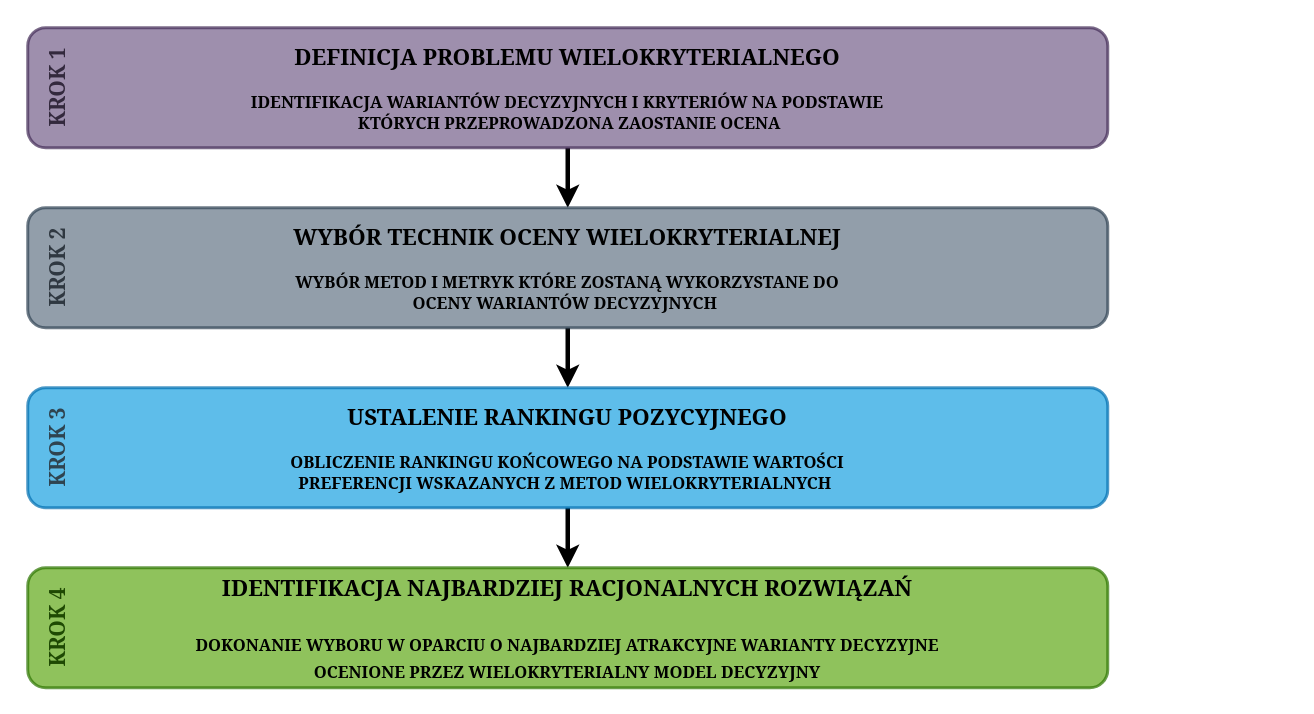
jwieckowski/makeDecision keeps this draw.io diagram as src/assets/img/graphs/MCDA_PL.drawio. Above is the earlier version. Source tidied: cells renumbered, new cells numbered last; positions are measured from the earlier drawing's top-left corner, leaving out a move shared by most shapes. Both pictures are drawn from the tidied source at 150%, with x=0, y=0 at pixel (4, 27).
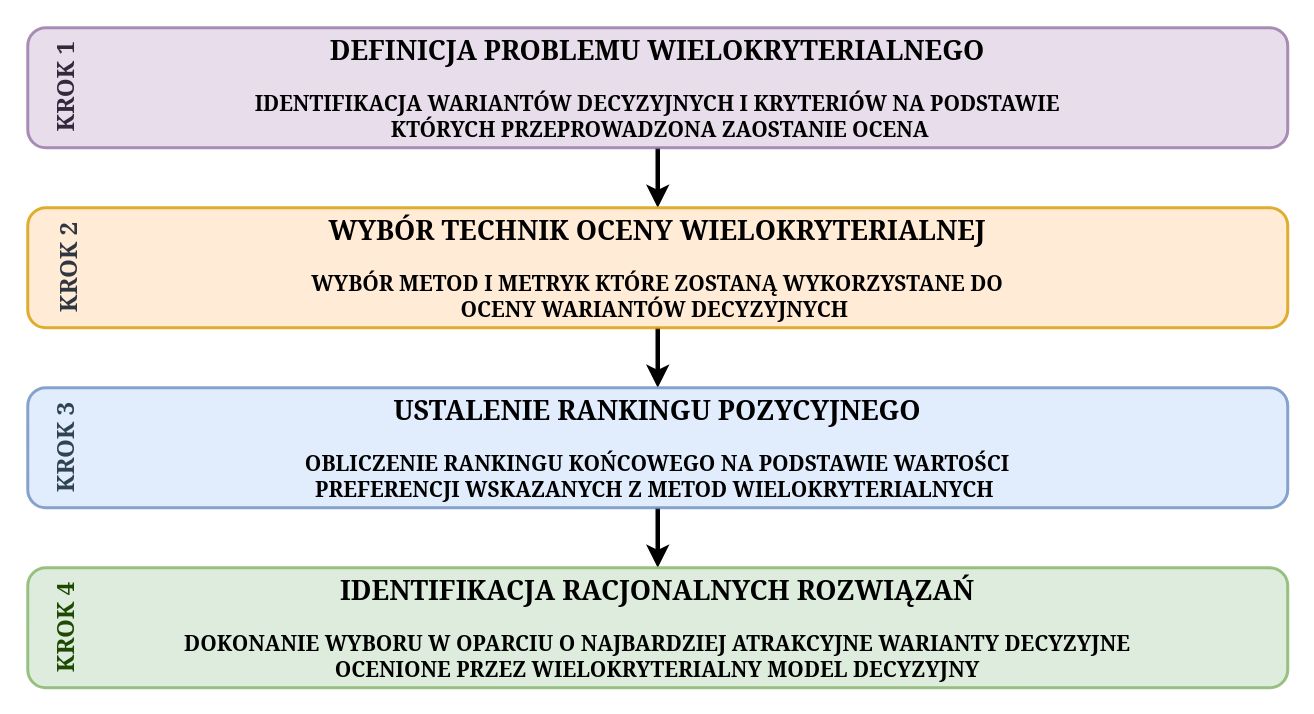
After the change.

What changed in the source:
```diff
@@
 <mxGraphModel>
   <root>
     <mxCell id="0" />
     <mxCell id="1" parent="0" />
-    <mxCell id="2" style="edgeStyle=orthogonalEdgeStyle;rounded=0;jettySize=auto;html=1;strokeWidth=3;" parent="1" edge="1" source="3" target="5">
+    <mxCell id="2" style="edgeStyle=orthogonalEdgeStyle;rounded=0;jettySize=auto;html=1;strokeWidth=3;fontSize=14;" parent="1" edge="1" source="3" target="5">
       <mxGeometry relative="1" as="geometry" />
     </mxCell>
-    <mxCell id="3" value="&lt;font style=&quot;&quot; color=&quot;#000000&quot;&gt;&lt;font size=&quot;1&quot; style=&quot;&quot;&gt;&lt;b style=&quot;font-size: 15px;&quot;&gt;DEFINICJA PROBLEMU WIELOKRYTERIALNEGO&lt;/b&gt;&lt;/font&gt;&lt;br&gt;&lt;font style=&quot;&quot;&gt;&lt;br&gt;&lt;font size=&quot;1&quot; style=&quot;&quot;&gt;&lt;b style=&quot;font-size: 11px;&quot;&gt;IDENTIFIKACJA WARIANTÓW DECYZYJNYCH I KRYTERIÓW NA PODSTAWIE&lt;br&gt;&amp;nbsp;KTÓRYCH PRZEPROWADZONA ZAOSTANIE OCENA&lt;/b&gt;&lt;/font&gt;&lt;/font&gt;&lt;/font&gt;" style="rounded=1;whiteSpace=wrap;html=1;fontFamily=Georgia;fillColor=#76608A;strokeColor=#432D57;fontColor=#ffffff;strokeWidth=2;opacity=70;" parent="1" vertex="1">
-      <mxGeometry x="15" width="720" height="80" as="geometry" />
+    <mxCell id="3" value="&lt;font color=&quot;#000000&quot; style=&quot;&quot;&gt;&lt;font style=&quot;font-size: 18px;&quot;&gt;DEFINICJA PROBLEMU WIELOKRYTERIALNEGO&lt;/font&gt;&lt;br style=&quot;font-size: 14px;&quot;&gt;&lt;font style=&quot;font-size: 14px;&quot;&gt;&lt;br style=&quot;font-size: 14px;&quot;&gt;&lt;font style=&quot;font-size: 14px;&quot;&gt;&lt;span style=&quot;font-size: 14px;&quot;&gt;IDENTIFIKACJA WARIANTÓW DECYZYJNYCH I KRYTERIÓW NA PODSTAWIE&lt;br style=&quot;font-size: 14px;&quot;&gt;&amp;nbsp;KTÓRYCH PRZEPROWADZONA ZAOSTANIE OCENA&lt;/span&gt;&lt;/font&gt;&lt;/font&gt;&lt;/font&gt;" style="rounded=1;whiteSpace=wrap;html=1;fontFamily=Georgia;fillColor=#e1d5e7;strokeColor=#9673a6;strokeWidth=2;opacity=80;fontSize=14;fontStyle=1;" parent="1" vertex="1">
+      <mxGeometry x="15" width="840" height="80" as="geometry" />
     </mxCell>
-    <mxCell id="4" style="edgeStyle=orthogonalEdgeStyle;rounded=0;jettySize=auto;html=1;strokeWidth=3;" parent="1" edge="1" source="5" target="7">
+    <mxCell id="4" style="edgeStyle=orthogonalEdgeStyle;rounded=0;jettySize=auto;html=1;strokeWidth=3;fontSize=14;" parent="1" edge="1" source="5" target="7">
       <mxGeometry relative="1" as="geometry" />
     </mxCell>
-    <mxCell id="5" value="&lt;font color=&quot;#000000&quot;&gt;&lt;b style=&quot;&quot;&gt;&lt;font style=&quot;font-size: 15px;&quot;&gt;WYBÓR TECHNIK OCENY WIELOKRYTERIALNEJ&lt;/font&gt;&lt;/b&gt;&lt;br&gt;&lt;/font&gt;&lt;font style=&quot;&quot;&gt;&lt;font style=&quot;&quot; color=&quot;#000000&quot;&gt;&lt;br&gt;&lt;b style=&quot;&quot;&gt;&lt;font style=&quot;font-size: 11px;&quot;&gt;WYBÓR METOD I METRYK KTÓRE ZOSTANĄ WYKORZYSTANE DO &lt;br&gt;OCENY WARIANTÓW DECYZYJNYCH&amp;nbsp;&lt;/font&gt;&lt;/b&gt;&lt;/font&gt;&lt;br&gt;&lt;/font&gt;" style="rounded=1;whiteSpace=wrap;html=1;fontFamily=Georgia;fillColor=#647687;fontColor=#ffffff;strokeColor=#314354;strokeWidth=2;opacity=70;" parent="1" vertex="1">
-      <mxGeometry x="15" y="120" width="720" height="80" as="geometry" />
+    <mxCell id="5" value="&lt;font style=&quot;&quot; color=&quot;#000000&quot;&gt;&lt;b style=&quot;&quot;&gt;&lt;font style=&quot;font-size: 18px;&quot;&gt;WYBÓR TECHNIK OCENY WIELOKRYTERIALNEJ&lt;/font&gt;&lt;/b&gt;&lt;br style=&quot;font-size: 14px;&quot;&gt;&lt;/font&gt;&lt;font style=&quot;font-size: 14px;&quot;&gt;&lt;font style=&quot;font-size: 14px;&quot; color=&quot;#000000&quot;&gt;&lt;br style=&quot;font-size: 14px;&quot;&gt;&lt;b style=&quot;font-size: 14px;&quot;&gt;&lt;font style=&quot;font-size: 14px;&quot;&gt;WYBÓR METOD I METRYK KTÓRE ZOSTANĄ WYKORZYSTANE DO &lt;br style=&quot;font-size: 14px;&quot;&gt;OCENY WARIANTÓW DECYZYJNYCH&amp;nbsp;&lt;/font&gt;&lt;/b&gt;&lt;/font&gt;&lt;br style=&quot;font-size: 14px;&quot;&gt;&lt;/font&gt;" style="rounded=1;whiteSpace=wrap;html=1;fontFamily=Georgia;fillColor=#ffe6cc;strokeColor=#d79b00;strokeWidth=2;opacity=80;fontSize=14;" parent="1" vertex="1">
+      <mxGeometry x="15" y="120" width="840" height="80" as="geometry" />
     </mxCell>
-    <mxCell id="6" style="edgeStyle=orthogonalEdgeStyle;rounded=0;jettySize=auto;html=1;strokeWidth=3;" parent="1" edge="1" source="7" target="8">
+    <mxCell id="6" style="edgeStyle=orthogonalEdgeStyle;rounded=0;jettySize=auto;html=1;strokeWidth=3;fontSize=14;" parent="1" edge="1" source="7" target="8">
       <mxGeometry relative="1" as="geometry" />
     </mxCell>
-    <mxCell id="7" value="&lt;font color=&quot;#000000&quot;&gt;&lt;b style=&quot;&quot;&gt;&lt;font style=&quot;font-size: 15px;&quot;&gt;USTALENIE RANKINGU POZYCYJNEGO&lt;/font&gt;&lt;/b&gt;&lt;br&gt;&lt;/font&gt;&lt;font style=&quot;&quot;&gt;&lt;font style=&quot;&quot; color=&quot;#000000&quot;&gt;&lt;br&gt;&lt;b style=&quot;&quot;&gt;&lt;font style=&quot;font-size: 11px;&quot;&gt;OBLICZENIE RANKINGU KOŃCOWEGO NA PODSTAWIE WARTOŚCI &lt;br&gt;PREFERENCJI WSKAZANYCH Z METOD WIELOKRYTERIALNYCH&amp;nbsp;&lt;/font&gt;&lt;/b&gt;&lt;/font&gt;&lt;br&gt;&lt;/font&gt;" style="rounded=1;whiteSpace=wrap;html=1;fontFamily=Georgia;fillColor=#1ba1e2;fontColor=#ffffff;strokeColor=#006EAF;strokeWidth=2;opacity=70;" parent="1" vertex="1">
-      <mxGeometry x="15" y="240" width="720" height="80" as="geometry" />
+    <mxCell id="7" value="&lt;font style=&quot;&quot; color=&quot;#000000&quot;&gt;&lt;b style=&quot;&quot;&gt;&lt;font style=&quot;font-size: 18px;&quot;&gt;USTALENIE RANKINGU POZYCYJNEGO&lt;/font&gt;&lt;/b&gt;&lt;br style=&quot;font-size: 14px;&quot;&gt;&lt;/font&gt;&lt;font style=&quot;font-size: 14px;&quot;&gt;&lt;font style=&quot;font-size: 14px;&quot; color=&quot;#000000&quot;&gt;&lt;br style=&quot;font-size: 14px;&quot;&gt;&lt;b style=&quot;font-size: 14px;&quot;&gt;&lt;font style=&quot;font-size: 14px;&quot;&gt;OBLICZENIE RANKINGU KOŃCOWEGO NA PODSTAWIE WARTOŚCI &lt;br style=&quot;font-size: 14px;&quot;&gt;PREFERENCJI WSKAZANYCH Z METOD WIELOKRYTERIALNYCH&amp;nbsp;&lt;/font&gt;&lt;/b&gt;&lt;/font&gt;&lt;br style=&quot;font-size: 14px;&quot;&gt;&lt;/font&gt;" style="rounded=1;whiteSpace=wrap;html=1;fontFamily=Georgia;fillColor=#dae8fc;strokeColor=#6c8ebf;strokeWidth=2;opacity=80;fontSize=14;" parent="1" vertex="1">
+      <mxGeometry x="15" y="240" width="840" height="80" as="geometry" />
     </mxCell>
-    <mxCell id="8" value="&lt;b style=&quot;font-size: 15px;&quot;&gt;&lt;font style=&quot;font-size: 15px;&quot; color=&quot;#000000&quot;&gt;IDENTIFIKACJA NAJBARDZIEJ RACJONALNYCH ROZWIĄZAŃ&lt;br&gt;&lt;/font&gt;&lt;/b&gt;&lt;font style=&quot;font-size: 15px;&quot;&gt;&lt;font style=&quot;font-size: 15px;&quot; color=&quot;#000000&quot;&gt;&lt;font style=&quot;font-size: 15px;&quot;&gt;&lt;br&gt;&lt;/font&gt;&lt;span style=&quot;font-size: 11px;&quot;&gt;&lt;b&gt;DOKONANIE WYBORU W OPARCIU O NAJBARDZIEJ ATRAKCYJNE WARIANTY DECYZYJNE &lt;br&gt;OCENIONE PRZEZ WIELOKRYTERIALNY MODEL DECYZYJNY&lt;/b&gt;&lt;/span&gt;&lt;/font&gt;&lt;br&gt;&lt;/font&gt;" style="rounded=1;whiteSpace=wrap;html=1;fontFamily=Georgia;fillColor=#60a917;fontColor=#ffffff;strokeColor=#2D7600;opacity=70;strokeWidth=2;" parent="1" vertex="1">
-      <mxGeometry x="15" y="360" width="720" height="80" as="geometry" />
+    <mxCell id="8" value="&lt;b style=&quot;&quot;&gt;&lt;font style=&quot;&quot; color=&quot;#000000&quot;&gt;&lt;font style=&quot;font-size: 18px;&quot;&gt;IDENTIFIKACJA RACJONALNYCH ROZWIĄZAŃ&lt;/font&gt;&lt;br style=&quot;font-size: 14px;&quot;&gt;&lt;/font&gt;&lt;/b&gt;&lt;font style=&quot;font-size: 14px;&quot;&gt;&lt;font style=&quot;font-size: 14px;&quot; color=&quot;#000000&quot;&gt;&lt;font style=&quot;font-size: 14px;&quot;&gt;&lt;br style=&quot;font-size: 14px;&quot;&gt;&lt;/font&gt;&lt;span style=&quot;font-size: 14px;&quot;&gt;&lt;b style=&quot;font-size: 14px;&quot;&gt;DOKONANIE WYBORU W OPARCIU O NAJBARDZIEJ ATRAKCYJNE WARIANTY DECYZYJNE &lt;br style=&quot;font-size: 14px;&quot;&gt;OCENIONE PRZEZ WIELOKRYTERIALNY MODEL DECYZYJNY&lt;/b&gt;&lt;/span&gt;&lt;/font&gt;&lt;br style=&quot;font-size: 14px;&quot;&gt;&lt;/font&gt;" style="rounded=1;whiteSpace=wrap;html=1;fontFamily=Georgia;fillColor=#d5e8d4;strokeColor=#82b366;opacity=80;strokeWidth=2;fontSize=14;" parent="1" vertex="1">
+      <mxGeometry x="15" y="360" width="840" height="80" as="geometry" />
     </mxCell>
-    <mxCell id="9" value="KROK 1&lt;br&gt;" style="text;html=1;strokeColor=none;fillColor=none;align=center;verticalAlign=middle;whiteSpace=wrap;rounded=0;rotation=-90;fontFamily=Georgia;fontColor=#33293d;fontSize=14;fontStyle=1;" parent="1" vertex="1">
-      <mxGeometry x="5" y="25" width="60" height="30" as="geometry" />
+    <mxCell id="9" value="KROK 1&lt;br style=&quot;font-size: 16px;&quot;&gt;" style="text;html=1;strokeColor=none;fillColor=none;align=center;verticalAlign=middle;whiteSpace=wrap;rounded=0;rotation=-90;fontFamily=Georgia;fontColor=#33293d;fontSize=16;fontStyle=1;" parent="1" vertex="1">
+      <mxGeometry x="2.5" y="25" width="75" height="30" as="geometry" />
     </mxCell>
-    <mxCell id="10" value="KROK 2&lt;br&gt;" style="text;html=1;strokeColor=none;fillColor=none;align=center;verticalAlign=middle;whiteSpace=wrap;rounded=0;rotation=-90;fontFamily=Georgia;fontColor=#2f3841;fontSize=14;fontStyle=1;" parent="1" vertex="1">
-      <mxGeometry x="5" y="145" width="60" height="30" as="geometry" />
+    <mxCell id="10" value="KROK 2&lt;br style=&quot;font-size: 16px;&quot;&gt;" style="text;html=1;strokeColor=none;fillColor=none;align=center;verticalAlign=middle;whiteSpace=wrap;rounded=0;rotation=-90;fontFamily=Georgia;fontColor=#2f3841;fontSize=16;fontStyle=1;" parent="1" vertex="1">
+      <mxGeometry x="5" y="145" width="75" height="30" as="geometry" />
     </mxCell>
-    <mxCell id="11" value="KROK 3" style="text;html=1;strokeColor=none;fillColor=none;align=center;verticalAlign=middle;whiteSpace=wrap;rounded=0;rotation=-90;fontFamily=Georgia;fontColor=#2f4450;fontSize=14;fontStyle=1;" parent="1" vertex="1">
-      <mxGeometry x="5" y="265" width="60" height="30" as="geometry" />
+    <mxCell id="11" value="KROK 3" style="text;html=1;strokeColor=none;fillColor=none;align=center;verticalAlign=middle;whiteSpace=wrap;rounded=0;rotation=-90;fontFamily=Georgia;fontColor=#2f4450;fontSize=16;fontStyle=1;" parent="1" vertex="1">
+      <mxGeometry x="5" y="265" width="70" height="30" as="geometry" />
     </mxCell>
-    <mxCell id="12" value="KROK 4" style="text;html=1;strokeColor=none;fillColor=none;align=center;verticalAlign=middle;whiteSpace=wrap;rounded=0;rotation=-90;fontFamily=Georgia;fontColor=#1e4903;fontSize=14;fontStyle=1;" parent="1" vertex="1">
-      <mxGeometry y="385" width="70" height="30" as="geometry" />
+    <mxCell id="12" value="KROK 4" style="text;html=1;strokeColor=none;fillColor=none;align=center;verticalAlign=middle;whiteSpace=wrap;rounded=0;rotation=-90;fontFamily=Georgia;fontColor=#1e4903;fontSize=16;fontStyle=1;" parent="1" vertex="1">
+      <mxGeometry x="5" y="385" width="70" height="30" as="geometry" />
     </mxCell>
   </root>
 </mxGraphModel>
```
